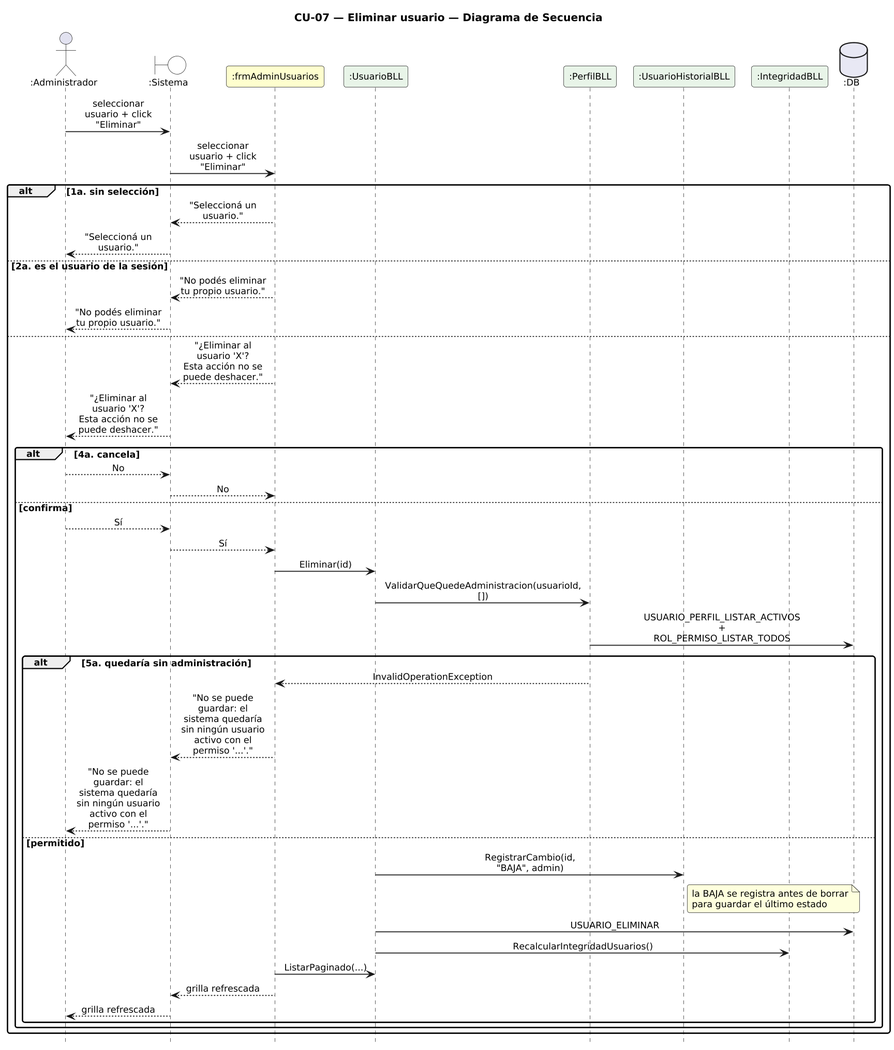
This is DIAGRAMAS/DiagramaSecuencia_CU07_EliminarUsuario.png from Urrels/ingenieria_software, a PlantUML export, as it was before one commit.
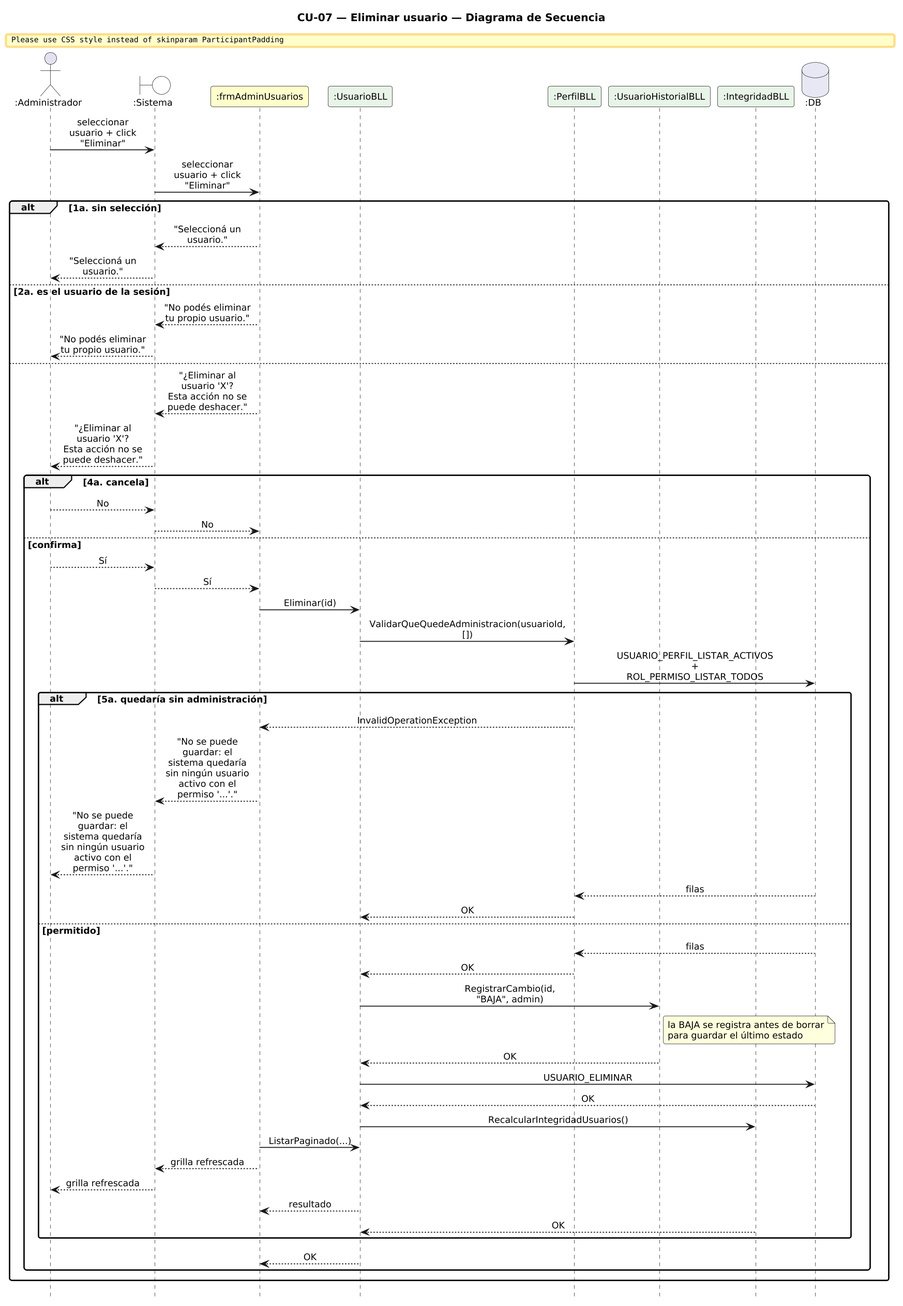
Later version of the same file.

The edit, as a diff of the source:
```diff
@@ -46,15 +46,24 @@
       PB --> F : InvalidOperationException
       F --> SYS : "No se puede guardar: el sistema quedaría\nsin ningún usuario activo con el permiso '...'."
       SYS --> A : "No se puede guardar: el sistema quedaría\nsin ningún usuario activo con el permiso '...'."
+      DB --> PB : filas
+      PB --> B : OK
     else permitido
+      DB --> PB : filas
+      PB --> B : OK
       B -> HB : RegistrarCambio(id, "BAJA", admin)
       note right of HB : la BAJA se registra antes de borrar\npara guardar el último estado
+      HB --> B : OK
       B -> DB : USUARIO_ELIMINAR
+      DB --> B : OK
       B -> I : RecalcularIntegridadUsuarios()
       F -> B : ListarPaginado(...)
       F --> SYS : grilla refrescada
       SYS --> A : grilla refrescada
+      B --> F : resultado
+      I --> B : OK
     end
+      B --> F : OK
   end
 end
 
```
